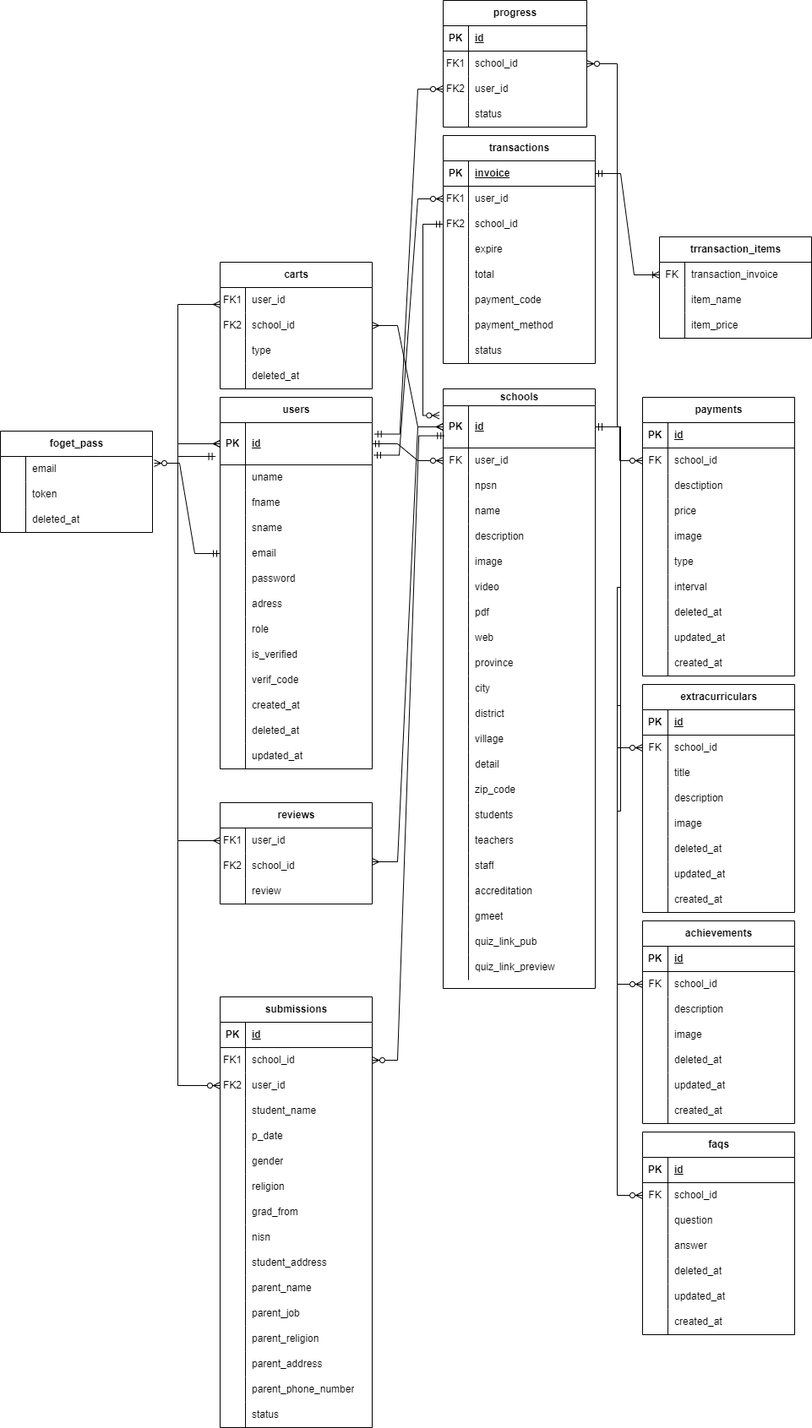
Above: docs/erd.png in ropel12/capstone (draw.io), before the change. Source tidied: cells renumbered, new cells last; positions are measured from the earlier drawing's top-left corner, leaving out a move shared by most shapes.
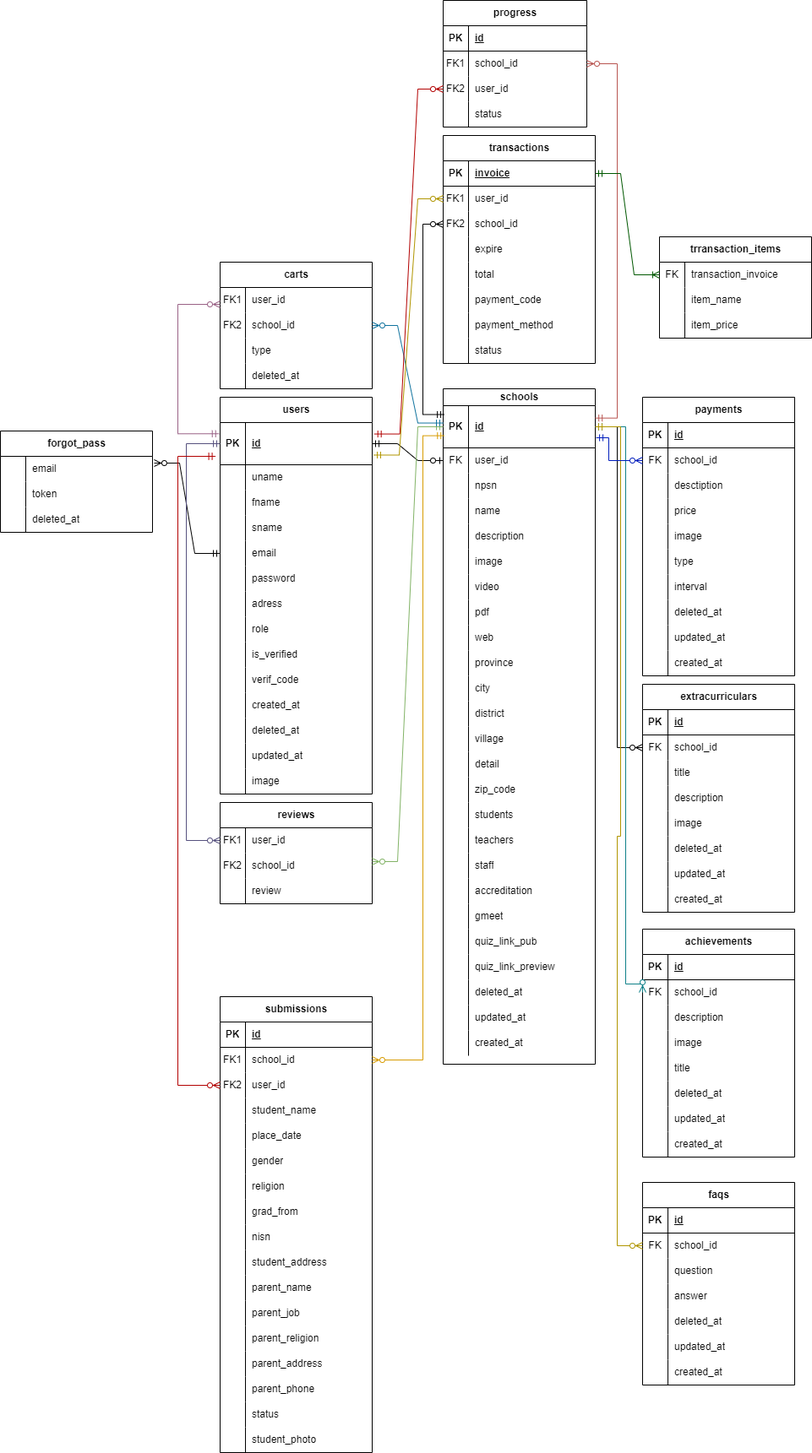
The same diagram one commit later.

Diff of the diagram source:
```diff
@@ -5,3 +5,3 @@
     <mxCell id="2" value="users" style="shape=table;startSize=30;rowLines=0;fontStyle=1;align=center;html=1;" parent="1" vertex="1">
-      <mxGeometry x="260" y="470" width="180" height="440" as="geometry" />
+      <mxGeometry x="260" y="470" width="180" height="470" as="geometry" />
     </mxCell>
@@ -124,3 +124,12 @@
     </mxCell>
+    <mxCell id="356" style="shape=tableRow;horizontal=0;startSize=0;swimlaneHead=0;swimlaneBody=0;fillColor=none;top=0;left=0;right=0;bottom=0;" parent="2" vertex="1">
+      <mxGeometry y="440" width="180" height="30" as="geometry" />
+    </mxCell>
+    <mxCell id="357" style="shape=partialRectangle;fillColor=none;top=0;left=0;bottom=0;right=0;overflow=hidden;whiteSpace=wrap;html=1;" parent="356" vertex="1">
+      <mxGeometry width="30" height="30" as="geometry" />
+    </mxCell>
+    <mxCell id="358" value="image" style="shape=partialRectangle;fillColor=none;top=0;left=0;bottom=0;right=0;align=left;spacingLeft=6;overflow=hidden;whiteSpace=wrap;html=1;" parent="356" vertex="1">
+      <mxGeometry x="30" width="150" height="30" as="geometry" />
+    </mxCell>
-    <mxCell id="42" value="foget_pass" style="shape=table;startSize=30;rowLines=0;fontStyle=1;align=center;html=1;" parent="1" vertex="1">
+    <mxCell id="42" value="forgot_pass" style="shape=table;startSize=30;rowLines=0;fontStyle=1;align=center;html=1;" parent="1" vertex="1">
       <mxGeometry y="510" width="180" height="120" as="geometry" />
@@ -158,3 +167,3 @@
     <mxCell id="53" value="schools" style="shape=table;startSize=20;rowLines=0;fontStyle=1;align=center;html=1;" parent="1" vertex="1">
-      <mxGeometry x="524" y="460" width="180" height="710" as="geometry" />
+      <mxGeometry x="524" y="460" width="180" height="800" as="geometry" />
     </mxCell>
@@ -358,3 +367,30 @@
     </mxCell>
+    <mxCell id="359" style="shape=tableRow;horizontal=0;startSize=0;swimlaneHead=0;swimlaneBody=0;fillColor=none;top=0;left=0;right=0;bottom=0;" parent="53" vertex="1">
+      <mxGeometry y="700" width="180" height="30" as="geometry" />
+    </mxCell>
+    <mxCell id="360" style="shape=partialRectangle;fillColor=none;top=0;left=0;bottom=0;right=0;overflow=hidden;whiteSpace=wrap;html=1;" parent="359" vertex="1">
+      <mxGeometry width="30" height="30" as="geometry" />
+    </mxCell>
+    <mxCell id="361" value="deleted_at" style="shape=partialRectangle;fillColor=none;top=0;left=0;bottom=0;right=0;align=left;spacingLeft=6;overflow=hidden;whiteSpace=wrap;html=1;" parent="359" vertex="1">
+      <mxGeometry x="30" width="150" height="30" as="geometry" />
+    </mxCell>
+    <mxCell id="362" style="shape=tableRow;horizontal=0;startSize=0;swimlaneHead=0;swimlaneBody=0;fillColor=none;top=0;left=0;right=0;bottom=0;" parent="53" vertex="1">
+      <mxGeometry y="730" width="180" height="30" as="geometry" />
+    </mxCell>
+    <mxCell id="363" style="shape=partialRectangle;fillColor=none;top=0;left=0;bottom=0;right=0;overflow=hidden;whiteSpace=wrap;html=1;" parent="362" vertex="1">
+      <mxGeometry width="30" height="30" as="geometry" />
+    </mxCell>
+    <mxCell id="364" value="updated_at" style="shape=partialRectangle;fillColor=none;top=0;left=0;bottom=0;right=0;align=left;spacingLeft=6;overflow=hidden;whiteSpace=wrap;html=1;" parent="362" vertex="1">
+      <mxGeometry x="30" width="150" height="30" as="geometry" />
+    </mxCell>
+    <mxCell id="365" style="shape=tableRow;horizontal=0;startSize=0;swimlaneHead=0;swimlaneBody=0;fillColor=none;top=0;left=0;right=0;bottom=0;" parent="53" vertex="1">
+      <mxGeometry y="760" width="180" height="30" as="geometry" />
+    </mxCell>
+    <mxCell id="366" style="shape=partialRectangle;fillColor=none;top=0;left=0;bottom=0;right=0;overflow=hidden;whiteSpace=wrap;html=1;" parent="365" vertex="1">
+      <mxGeometry width="30" height="30" as="geometry" />
+    </mxCell>
+    <mxCell id="367" value="created_at" style="shape=partialRectangle;fillColor=none;top=0;left=0;bottom=0;right=0;align=left;spacingLeft=6;overflow=hidden;whiteSpace=wrap;html=1;" parent="365" vertex="1">
+      <mxGeometry x="30" width="150" height="30" as="geometry" />
+    </mxCell>
-    <mxCell id="120" style="edgeStyle=entityRelationEdgeStyle;fontSize=12;html=1;endArrow=ERzeroToMany;startArrow=ERmandOne;rounded=0;entryX=0;entryY=0.5;entryDx=0;entryDy=0;exitX=1;exitY=0.5;exitDx=0;exitDy=0;" parent="1" edge="1" source="3" target="57">
+    <mxCell id="120" style="edgeStyle=entityRelationEdgeStyle;fontSize=12;html=1;endArrow=ERzeroToOne;startArrow=ERmandOne;rounded=0;entryX=0;entryY=0.5;entryDx=0;entryDy=0;exitX=1;exitY=0.5;exitDx=0;exitDy=0;endFill=0;" parent="1" edge="1" source="3" target="57">
       <mxGeometry relative="1" as="geometry" />
@@ -430,7 +466,7 @@
     </mxCell>
-    <mxCell id="144" style="edgeStyle=orthogonalEdgeStyle;fontSize=12;html=1;endArrow=ERmany;startArrow=ERmany;rounded=0;entryX=0;entryY=0.5;entryDx=0;entryDy=0;exitX=0;exitY=0.5;exitDx=0;exitDy=0;" parent="1" edge="1" source="135" target="3">
+    <mxCell id="144" style="edgeStyle=orthogonalEdgeStyle;fontSize=12;html=1;endArrow=ERmandOne;startArrow=ERzeroToMany;rounded=0;entryX=0;entryY=0.5;entryDx=0;entryDy=0;exitX=0;exitY=0.5;exitDx=0;exitDy=0;fillColor=#d0cee2;strokeColor=#56517e;startFill=0;endFill=0;" parent="1" edge="1" source="135" target="3">
       <mxGeometry relative="1" as="geometry">
         <Array as="points">
-          <mxPoint x="210" y="995" />
-          <mxPoint x="210" y="525" />
+          <mxPoint x="220" y="995" />
+          <mxPoint x="220" y="525" />
         </Array>
@@ -438,3 +474,3 @@
     </mxCell>
-    <mxCell id="145" style="edgeStyle=entityRelationEdgeStyle;fontSize=12;html=1;endArrow=ERmany;startArrow=ERmany;rounded=0;entryX=0;entryY=0.5;entryDx=0;entryDy=0;" parent="1" edge="1" target="54">
+    <mxCell id="145" style="edgeStyle=entityRelationEdgeStyle;fontSize=12;html=1;endArrow=ERmandOne;startArrow=ERzeroToMany;rounded=0;entryX=0;entryY=0.5;entryDx=0;entryDy=0;fillColor=#d5e8d4;gradientColor=#97d077;strokeColor=#82b366;endFill=0;startFill=0;" parent="1" edge="1" target="54">
       <mxGeometry relative="1" as="geometry">
@@ -612,3 +648,3 @@
     <mxCell id="202" value="achievements" style="shape=table;startSize=30;rowLines=0;fontStyle=1;align=center;html=1;" parent="1" vertex="1">
-      <mxGeometry x="760" y="1090" width="180" height="240" as="geometry" />
+      <mxGeometry x="760" y="1100" width="180" height="270" as="geometry" />
     </mxCell>
@@ -650,4 +686,13 @@
     </mxCell>
+    <mxCell id="368" style="shape=tableRow;horizontal=0;startSize=0;swimlaneHead=0;swimlaneBody=0;fillColor=none;top=0;left=0;right=0;bottom=0;" parent="202" vertex="1">
+      <mxGeometry y="150" width="180" height="30" as="geometry" />
+    </mxCell>
+    <mxCell id="369" style="shape=partialRectangle;fillColor=none;top=0;left=0;bottom=0;right=0;overflow=hidden;whiteSpace=wrap;html=1;" parent="368" vertex="1">
+      <mxGeometry width="30" height="30" as="geometry" />
+    </mxCell>
+    <mxCell id="370" value="title" style="shape=partialRectangle;fillColor=none;top=0;left=0;bottom=0;right=0;align=left;spacingLeft=6;overflow=hidden;whiteSpace=wrap;html=1;" parent="368" vertex="1">
+      <mxGeometry x="30" width="150" height="30" as="geometry" />
+    </mxCell>
     <mxCell id="215" style="shape=tableRow;horizontal=0;startSize=0;swimlaneHead=0;swimlaneBody=0;fillColor=none;top=0;left=0;right=0;bottom=0;" parent="202" vertex="1">
-      <mxGeometry y="150" width="180" height="30" as="geometry" />
+      <mxGeometry y="180" width="180" height="30" as="geometry" />
     </mxCell>
@@ -660,3 +705,3 @@
     <mxCell id="218" style="shape=tableRow;horizontal=0;startSize=0;swimlaneHead=0;swimlaneBody=0;fillColor=none;top=0;left=0;right=0;bottom=0;" parent="202" vertex="1">
-      <mxGeometry y="180" width="180" height="30" as="geometry" />
+      <mxGeometry y="210" width="180" height="30" as="geometry" />
     </mxCell>
@@ -669,3 +714,3 @@
     <mxCell id="221" style="shape=tableRow;horizontal=0;startSize=0;swimlaneHead=0;swimlaneBody=0;fillColor=none;top=0;left=0;right=0;bottom=0;" parent="202" vertex="1">
-      <mxGeometry y="210" width="180" height="30" as="geometry" />
+      <mxGeometry y="240" width="180" height="30" as="geometry" />
     </mxCell>
@@ -677,10 +722,20 @@
     </mxCell>
-    <mxCell id="224" style="edgeStyle=entityRelationEdgeStyle;fontSize=12;html=1;endArrow=ERzeroToMany;startArrow=ERmandOne;rounded=0;exitX=1;exitY=0.5;exitDx=0;exitDy=0;entryX=0;entryY=0.5;entryDx=0;entryDy=0;" parent="1" edge="1" source="54" target="181">
-      <mxGeometry relative="1" as="geometry" />
+    <mxCell id="224" style="edgeStyle=orthogonalEdgeStyle;fontSize=12;html=1;endArrow=ERzeroToMany;startArrow=ERmandOne;rounded=0;exitX=1;exitY=0.5;exitDx=0;exitDy=0;entryX=0;entryY=0.5;entryDx=0;entryDy=0;" parent="1" edge="1" source="54" target="181">
+      <mxGeometry relative="1" as="geometry">
+        <Array as="points">
+          <mxPoint x="730" y="505" />
+          <mxPoint x="730" y="885" />
+        </Array>
+      </mxGeometry>
     </mxCell>
-    <mxCell id="225" style="edgeStyle=entityRelationEdgeStyle;fontSize=12;html=1;endArrow=ERzeroToMany;startArrow=ERmandOne;rounded=0;exitX=1;exitY=0.5;exitDx=0;exitDy=0;entryX=0;entryY=0.5;entryDx=0;entryDy=0;" parent="1" edge="1" source="54" target="206">
-      <mxGeometry relative="1" as="geometry" />
+    <mxCell id="225" style="edgeStyle=orthogonalEdgeStyle;fontSize=12;html=1;endArrow=ERzeroToMany;startArrow=ERmandOne;rounded=0;exitX=1;exitY=0.5;exitDx=0;exitDy=0;entryX=0;entryY=0.5;entryDx=0;entryDy=0;fillColor=#b0e3e6;strokeColor=#0e8088;strokeWidth=1;" parent="1" edge="1" source="54" target="206">
+      <mxGeometry relative="1" as="geometry">
+        <Array as="points">
+          <mxPoint x="740" y="505" />
+          <mxPoint x="740" y="1165" />
+        </Array>
+      </mxGeometry>
     </mxCell>
     <mxCell id="226" value="faqs" style="shape=table;startSize=30;rowLines=0;fontStyle=1;align=center;html=1;" parent="1" vertex="1">
-      <mxGeometry x="760" y="1340" width="180" height="240" as="geometry" />
+      <mxGeometry x="760" y="1400" width="180" height="240" as="geometry" />
     </mxCell>
@@ -749,9 +804,9 @@
     </mxCell>
-    <mxCell id="248" style="edgeStyle=entityRelationEdgeStyle;fontSize=12;html=1;endArrow=ERzeroToMany;startArrow=ERmandOne;rounded=0;exitX=1;exitY=0.5;exitDx=0;exitDy=0;entryX=0;entryY=0.5;entryDx=0;entryDy=0;" parent="1" edge="1" source="54" target="230">
+    <mxCell id="248" style="edgeStyle=entityRelationEdgeStyle;fontSize=12;html=1;endArrow=ERzeroToMany;startArrow=ERmandOne;rounded=0;exitX=1;exitY=0.5;exitDx=0;exitDy=0;entryX=0;entryY=0.5;entryDx=0;entryDy=0;fillColor=#e3c800;strokeColor=#B09500;" parent="1" edge="1" source="54" target="230">
       <mxGeometry relative="1" as="geometry" />
     </mxCell>
-    <mxCell id="249" style="edgeStyle=entityRelationEdgeStyle;fontSize=12;html=1;endArrow=ERmany;startArrow=ERmany;rounded=0;exitX=1;exitY=0.5;exitDx=0;exitDy=0;entryX=0;entryY=0.5;entryDx=0;entryDy=0;" parent="1" edge="1" source="125" target="54">
+    <mxCell id="249" style="edgeStyle=entityRelationEdgeStyle;fontSize=12;html=1;endArrow=ERmandOne;startArrow=ERzeroToMany;rounded=0;exitX=1;exitY=0.5;exitDx=0;exitDy=0;entryX=0;entryY=0.411;entryDx=0;entryDy=0;fillColor=#b1ddf0;strokeColor=#10739e;entryPerimeter=0;endFill=0;startFill=0;" parent="1" edge="1" source="125" target="54">
       <mxGeometry relative="1" as="geometry" />
     </mxCell>
-    <mxCell id="250" style="edgeStyle=orthogonalEdgeStyle;fontSize=12;html=1;endArrow=ERmany;startArrow=ERmany;rounded=0;exitX=0;exitY=0.5;exitDx=0;exitDy=0;" parent="1" edge="1" source="3">
+    <mxCell id="250" style="edgeStyle=orthogonalEdgeStyle;fontSize=12;html=1;endArrow=ERzeroToMany;startArrow=ERmandOne;rounded=0;exitX=-0.007;exitY=0.265;exitDx=0;exitDy=0;fillColor=#e6d0de;gradientColor=#d5739d;strokeColor=#996185;exitPerimeter=0;endFill=0;startFill=0;" parent="1" edge="1" source="3">
       <mxGeometry relative="1" as="geometry">
@@ -759,3 +814,3 @@
         <Array as="points">
-          <mxPoint x="210" y="525" />
+          <mxPoint x="210" y="513" />
           <mxPoint x="210" y="360" />
@@ -765,3 +820,3 @@
     <mxCell id="251" value="submissions" style="shape=table;startSize=30;rowLines=0;fontStyle=1;align=center;html=1;" parent="1" vertex="1">
-      <mxGeometry x="260" y="1180" width="180" height="510" as="geometry" />
+      <mxGeometry x="260" y="1180" width="180" height="540" as="geometry" />
     </mxCell>
@@ -809,3 +864,3 @@
     </mxCell>
-    <mxCell id="266" value="p_date" style="shape=partialRectangle;fillColor=none;top=0;left=0;bottom=0;right=0;align=left;spacingLeft=6;overflow=hidden;whiteSpace=wrap;html=1;" parent="264" vertex="1">
+    <mxCell id="266" value="place_date" style="shape=partialRectangle;fillColor=none;top=0;left=0;bottom=0;right=0;align=left;spacingLeft=6;overflow=hidden;whiteSpace=wrap;html=1;" parent="264" vertex="1">
       <mxGeometry x="30" width="150" height="30" as="geometry" />
@@ -899,3 +954,3 @@
     </mxCell>
-    <mxCell id="296" value="parent_phone_number" style="shape=partialRectangle;fillColor=none;top=0;left=0;bottom=0;right=0;align=left;spacingLeft=6;overflow=hidden;whiteSpace=wrap;html=1;" parent="294" vertex="1">
+    <mxCell id="296" value="parent_phone" style="shape=partialRectangle;fillColor=none;top=0;left=0;bottom=0;right=0;align=left;spacingLeft=6;overflow=hidden;whiteSpace=wrap;html=1;" parent="294" vertex="1">
       <mxGeometry x="30" width="150" height="30" as="geometry" />
@@ -911,2 +966,11 @@
     </mxCell>
+    <mxCell id="371" style="shape=tableRow;horizontal=0;startSize=0;swimlaneHead=0;swimlaneBody=0;fillColor=none;top=0;left=0;right=0;bottom=0;" parent="251" vertex="1">
+      <mxGeometry y="510" width="180" height="30" as="geometry" />
+    </mxCell>
+    <mxCell id="372" style="shape=partialRectangle;fillColor=none;top=0;left=0;bottom=0;right=0;overflow=hidden;whiteSpace=wrap;html=1;" parent="371" vertex="1">
+      <mxGeometry width="30" height="30" as="geometry" />
+    </mxCell>
+    <mxCell id="373" value="student_photo" style="shape=partialRectangle;fillColor=none;top=0;left=0;bottom=0;right=0;align=left;spacingLeft=6;overflow=hidden;whiteSpace=wrap;html=1;" parent="371" vertex="1">
+      <mxGeometry x="30" width="150" height="30" as="geometry" />
+    </mxCell>
     <mxCell id="300" value="progress" style="shape=table;startSize=30;rowLines=0;fontStyle=1;align=center;html=1;" parent="1" vertex="1">
@@ -950,7 +1014,7 @@
     </mxCell>
-    <mxCell id="313" style="fontSize=12;html=1;endArrow=ERzeroToMany;startArrow=ERmandOne;rounded=0;exitX=1;exitY=0.5;exitDx=0;exitDy=0;entryX=0;entryY=0.5;entryDx=0;entryDy=0;edgeStyle=orthogonalEdgeStyle;" parent="1" edge="1" source="54" target="150">
+    <mxCell id="313" style="fontSize=12;html=1;endArrow=ERzeroToMany;startArrow=ERmandOne;rounded=0;exitX=1.006;exitY=0.76;exitDx=0;exitDy=0;entryX=0;entryY=0.5;entryDx=0;entryDy=0;edgeStyle=orthogonalEdgeStyle;fillColor=#0050ef;strokeColor=#001DBC;exitPerimeter=0;" parent="1" edge="1" source="54" target="150">
       <mxGeometry relative="1" as="geometry">
         <Array as="points">
-          <mxPoint x="733" y="505" />
-          <mxPoint x="733" y="545" />
+          <mxPoint x="720" y="518" />
+          <mxPoint x="720" y="545" />
         </Array>
@@ -958,9 +1022,9 @@
     </mxCell>
-    <mxCell id="314" style="edgeStyle=entityRelationEdgeStyle;fontSize=12;html=1;endArrow=ERzeroToMany;startArrow=ERmandOne;rounded=0;exitX=1.015;exitY=0.271;exitDx=0;exitDy=0;exitPerimeter=0;entryX=0;entryY=0.5;entryDx=0;entryDy=0;" parent="1" edge="1" source="3" target="307">
+    <mxCell id="314" style="edgeStyle=entityRelationEdgeStyle;fontSize=12;html=1;endArrow=ERzeroToMany;startArrow=ERmandOne;rounded=0;exitX=1.015;exitY=0.271;exitDx=0;exitDy=0;exitPerimeter=0;entryX=0;entryY=0.5;entryDx=0;entryDy=0;fillColor=#e51400;strokeColor=#B20000;" parent="1" edge="1" source="3" target="307">
       <mxGeometry relative="1" as="geometry" />
     </mxCell>
-    <mxCell id="315" style="edgeStyle=orthogonalEdgeStyle;fontSize=12;html=1;endArrow=ERzeroToMany;startArrow=ERmandOne;rounded=0;exitX=1;exitY=0.5;exitDx=0;exitDy=0;entryX=1;entryY=0.5;entryDx=0;entryDy=0;" parent="1" edge="1" source="54" target="304">
+    <mxCell id="315" style="edgeStyle=orthogonalEdgeStyle;fontSize=12;html=1;endArrow=ERzeroToMany;startArrow=ERmandOne;rounded=0;entryX=1;entryY=0.5;entryDx=0;entryDy=0;fillColor=#f8cecc;strokeColor=#b85450;exitX=1.001;exitY=0.293;exitDx=0;exitDy=0;exitPerimeter=0;" parent="1" edge="1" source="54" target="304">
       <mxGeometry relative="1" as="geometry">
         <Array as="points">
-          <mxPoint x="730" y="505" />
+          <mxPoint x="730" y="495" />
           <mxPoint x="730" y="75" />
@@ -969,3 +1033,3 @@
     </mxCell>
-    <mxCell id="316" style="edgeStyle=orthogonalEdgeStyle;fontSize=12;html=1;endArrow=ERzeroToMany;startArrow=ERmandOne;rounded=0;exitX=-0.03;exitY=0.8;exitDx=0;exitDy=0;exitPerimeter=0;entryX=0;entryY=0.5;entryDx=0;entryDy=0;" parent="1" edge="1" source="3" target="258">
+    <mxCell id="316" style="edgeStyle=orthogonalEdgeStyle;fontSize=12;html=1;endArrow=ERzeroToMany;startArrow=ERmandOne;rounded=0;exitX=-0.03;exitY=0.8;exitDx=0;exitDy=0;exitPerimeter=0;entryX=0;entryY=0.5;entryDx=0;entryDy=0;fillColor=#e51400;strokeColor=#B20000;" parent="1" edge="1" source="3" target="258">
       <mxGeometry relative="1" as="geometry">
@@ -977,4 +1041,9 @@
     </mxCell>
-    <mxCell id="317" style="edgeStyle=entityRelationEdgeStyle;fontSize=12;html=1;endArrow=ERzeroToMany;startArrow=ERmandOne;rounded=0;exitX=0.007;exitY=0.711;exitDx=0;exitDy=0;exitPerimeter=0;entryX=1;entryY=0.5;entryDx=0;entryDy=0;" parent="1" edge="1" source="54" target="255">
-      <mxGeometry relative="1" as="geometry" />
+    <mxCell id="317" style="edgeStyle=orthogonalEdgeStyle;fontSize=12;html=1;endArrow=ERzeroToMany;startArrow=ERmandOne;rounded=0;exitX=0.007;exitY=0.711;exitDx=0;exitDy=0;exitPerimeter=0;entryX=1;entryY=0.5;entryDx=0;entryDy=0;fillColor=#ffcd28;gradientColor=#ffa500;strokeColor=#d79b00;" parent="1" edge="1" source="54" target="255">
+      <mxGeometry relative="1" as="geometry">
+        <Array as="points">
+          <mxPoint x="500" y="516" />
+          <mxPoint x="500" y="1255" />
+        </Array>
+      </mxGeometry>
     </mxCell>
@@ -1085,10 +1154,10 @@
     </mxCell>
-    <mxCell id="353" style="edgeStyle=entityRelationEdgeStyle;fontSize=12;html=1;endArrow=ERoneToMany;startArrow=ERmandOne;rounded=0;exitX=1;exitY=0.5;exitDx=0;exitDy=0;entryX=0;entryY=0.5;entryDx=0;entryDy=0;" parent="1" edge="1" source="319" target="344">
+    <mxCell id="353" style="edgeStyle=entityRelationEdgeStyle;fontSize=12;html=1;endArrow=ERoneToMany;startArrow=ERmandOne;rounded=0;exitX=1;exitY=0.5;exitDx=0;exitDy=0;entryX=0;entryY=0.5;entryDx=0;entryDy=0;fillColor=#008a00;strokeColor=#005700;" parent="1" edge="1" source="319" target="344">
       <mxGeometry relative="1" as="geometry" />
     </mxCell>
-    <mxCell id="354" style="edgeStyle=orthogonalEdgeStyle;fontSize=12;html=1;endArrow=ERzeroToMany;startArrow=ERmandOne;rounded=0;exitX=0;exitY=0.5;exitDx=0;exitDy=0;entryX=-0.026;entryY=0.23;entryDx=0;entryDy=0;entryPerimeter=0;" parent="1" edge="1" source="325" target="54">
+    <mxCell id="354" style="edgeStyle=orthogonalEdgeStyle;fontSize=12;html=1;endArrow=ERzeroToMany;startArrow=ERmandOne;rounded=0;exitX=0.006;exitY=0.21;exitDx=0;exitDy=0;exitPerimeter=0;entryX=0;entryY=0.5;entryDx=0;entryDy=0;" parent="1" edge="1" source="54" target="325">
       <mxGeometry relative="1" as="geometry">
         <Array as="points">
+          <mxPoint x="500" y="491" />
           <mxPoint x="500" y="265" />
-          <mxPoint x="500" y="492" />
         </Array>
@@ -1096,3 +1165,3 @@
     </mxCell>
-    <mxCell id="355" style="edgeStyle=entityRelationEdgeStyle;fontSize=12;html=1;endArrow=ERzeroToMany;startArrow=ERmandOne;rounded=0;exitX=1.011;exitY=0.77;exitDx=0;exitDy=0;exitPerimeter=0;entryX=0;entryY=0.5;entryDx=0;entryDy=0;" parent="1" edge="1" source="3" target="322">
+    <mxCell id="355" style="edgeStyle=entityRelationEdgeStyle;fontSize=12;html=1;endArrow=ERzeroToMany;startArrow=ERmandOne;rounded=0;exitX=1.011;exitY=0.77;exitDx=0;exitDy=0;exitPerimeter=0;entryX=0;entryY=0.5;entryDx=0;entryDy=0;fillColor=#e3c800;strokeColor=#B09500;" parent="1" edge="1" source="3" target="322">
       <mxGeometry relative="1" as="geometry" />
```
